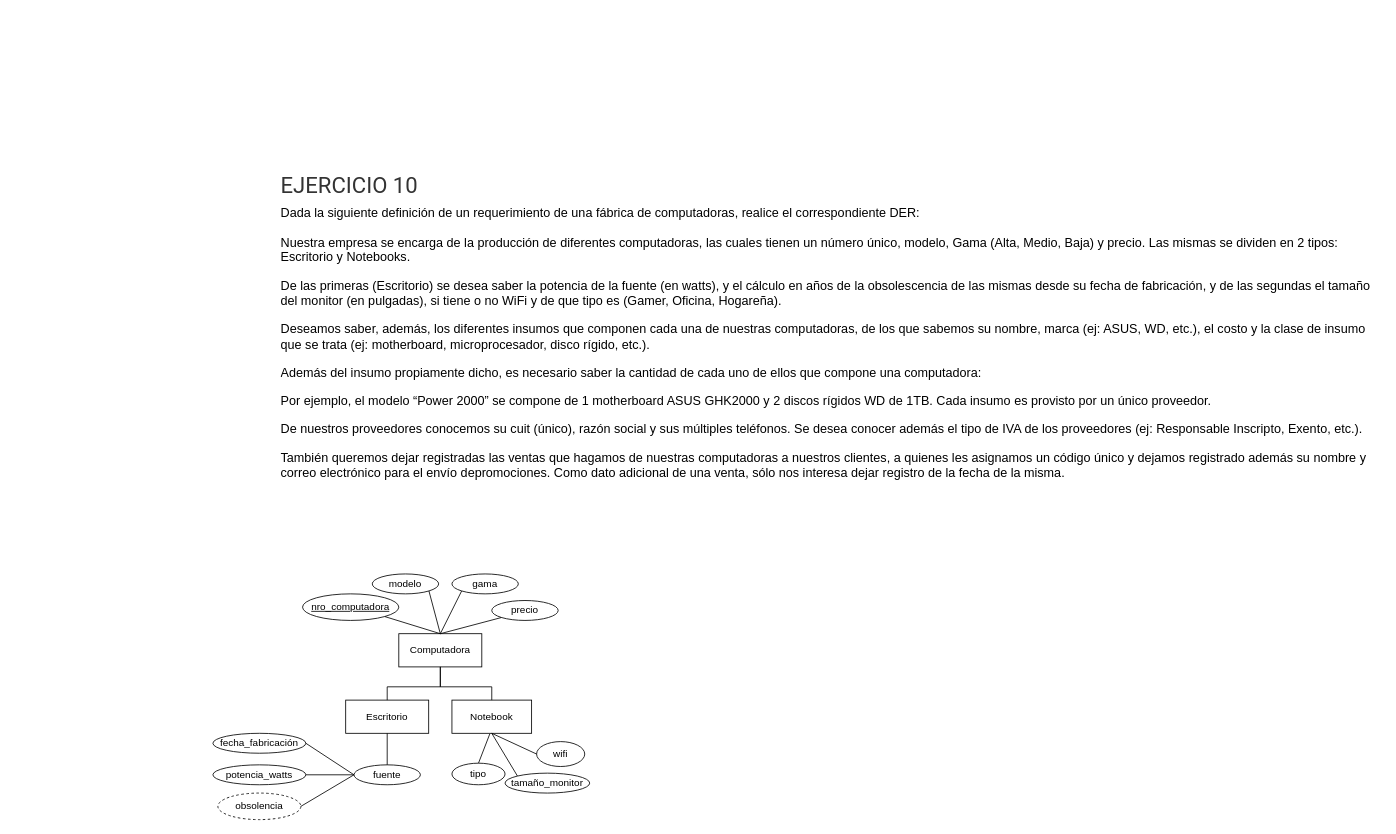
This is Diagramas Relación-Entidad Extendido/ejercicio 10 modelo parcial.drawio from Kevchuuu/Base-de-datos-, a draw.io file, before an edit. Source tidied: cells renumbered, new cells numbered last; positions are measured from the earlier drawing's top-left corner, leaving out a move shared by most shapes. Both pictures are drawn from the tidied source at 83%, with x=0, y=0 at pixel (212, 155).
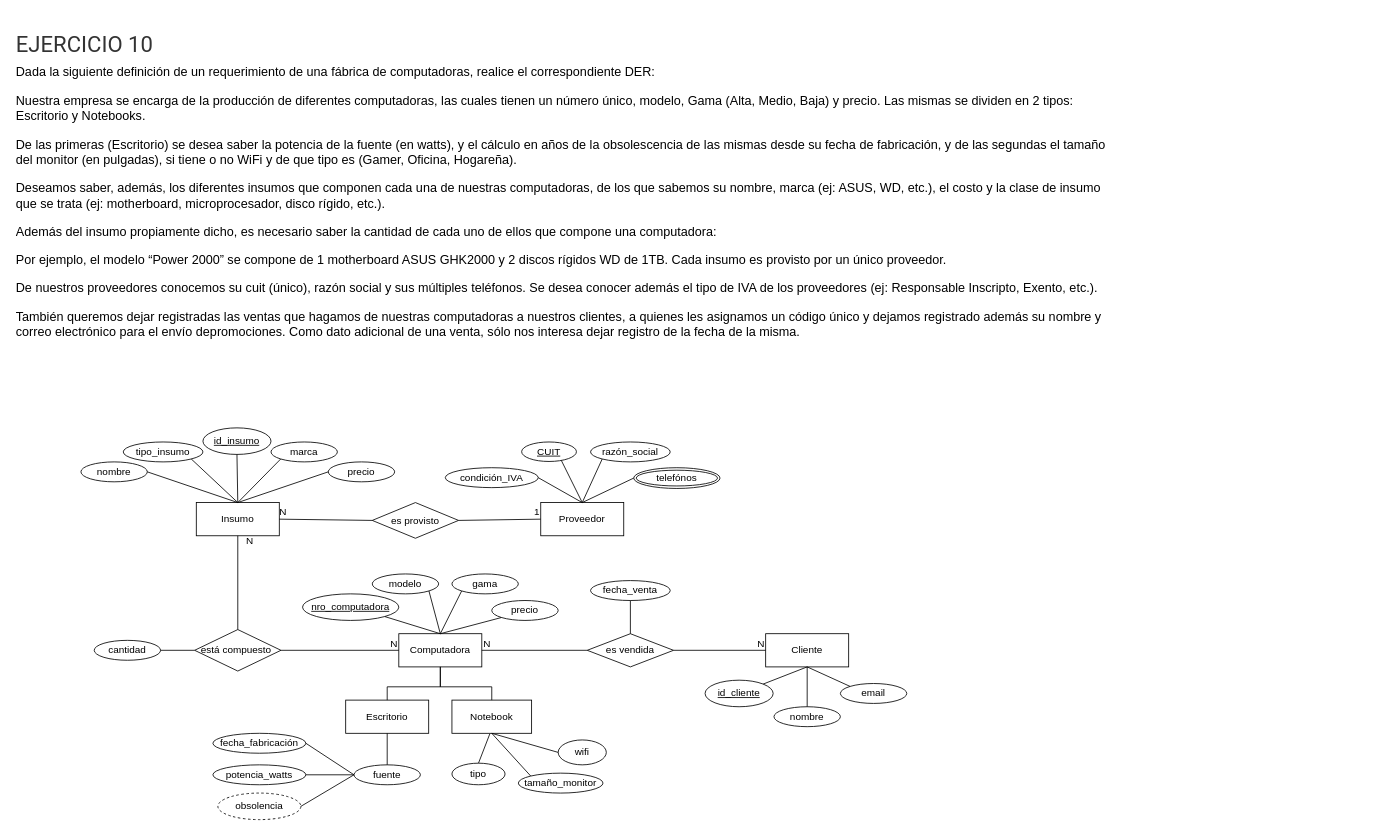
The same diagram, later.

The change refers to these unchanged cells:
```xml
<mxCell id="3" value="Computadora" style="whiteSpace=wrap;html=1;align=center;" parent="1" vertex="1">
  <mxGeometry x="224" y="576" width="100" height="40" as="geometry" />
</mxCell>
```

Change to the diagram source:
```diff
@@
     <mxCell id="2" value="&#10;&lt;h3 style=&quot;box-sizing: border-box; margin: 0px 0px 0.5rem; padding: 0px; font-weight: 400; line-height: 1.2; color: rgb(51, 51, 51); font-size: 1.6625rem; font-family: Roboto; font-style: normal; font-variant-ligatures: normal; font-variant-caps: normal; letter-spacing: normal; orphans: 2; text-align: start; text-indent: 0px; text-transform: none; widows: 2; word-spacing: 0px; -webkit-text-stroke-width: 0px; white-space: normal; background-color: rgb(255, 255, 255); text-decoration-thickness: initial; text-decoration-style: initial; text-decoration-color: initial;&quot;&gt;EJERCICIO 10&amp;nbsp;&lt;/h3&gt;&lt;p style=&quot;box-sizing: border-box; margin: 0px 0px 1rem; padding: 0px; color: rgb(0, 0, 0); font-family: Barlow, Arial, sans-serif; font-size: 15.2px; font-style: normal; font-variant-ligatures: normal; font-variant-caps: normal; font-weight: 400; letter-spacing: normal; orphans: 2; text-align: start; text-indent: 0px; text-transform: none; widows: 2; word-spacing: 0px; -webkit-text-stroke-width: 0px; white-space: normal; background-color: rgb(255, 255, 255); text-decoration-thickness: initial; text-decoration-style: initial; text-decoration-color: initial;&quot;&gt;Dada la siguiente definición de un requerimiento de una fábrica de&amp;nbsp;computadoras, realice el correspondiente DER:&lt;/p&gt;&lt;p style=&quot;box-sizing: border-box; margin: 0px 0px 1rem; padding: 0px; color: rgb(0, 0, 0); font-family: Barlow, Arial, sans-serif; font-size: 15.2px; font-style: normal; font-variant-ligatures: normal; font-variant-caps: normal; font-weight: 400; letter-spacing: normal; orphans: 2; text-align: start; text-indent: 0px; text-transform: none; widows: 2; word-spacing: 0px; -webkit-text-stroke-width: 0px; white-space: normal; background-color: rgb(255, 255, 255); text-decoration-thickness: initial; text-decoration-style: initial; text-decoration-color: initial;&quot;&gt;Nuestra empresa se encarga de la producción de diferentes computadoras, las&amp;nbsp;cuales tienen un número único, modelo, Gama (Alta, Medio, Baja) y precio. Las&amp;nbsp;mismas se dividen en 2 tipos: Escritorio y Notebooks.&lt;/p&gt;&lt;p style=&quot;box-sizing: border-box; margin: 0px 0px 1rem; padding: 0px; color: rgb(0, 0, 0); font-family: Barlow, Arial, sans-serif; font-size: 15.2px; font-style: normal; font-variant-ligatures: normal; font-variant-caps: normal; font-weight: 400; letter-spacing: normal; orphans: 2; text-align: start; text-indent: 0px; text-transform: none; widows: 2; word-spacing: 0px; -webkit-text-stroke-width: 0px; white-space: normal; background-color: rgb(255, 255, 255); text-decoration-thickness: initial; text-decoration-style: initial; text-decoration-color: initial;&quot;&gt;De las primeras (Escritorio) se desea saber la potencia de la fuente (en watts), y el&amp;nbsp;cálculo en años de la obsolescencia de las mismas desde su fecha de fabricación,&amp;nbsp;y de las segundas el tamaño del monitor (en pulgadas), si tiene o no WiFi y de que&amp;nbsp;tipo es (Gamer, Oficina, Hogareña).&lt;/p&gt;&lt;p style=&quot;box-sizing: border-box; margin: 0px 0px 1rem; padding: 0px; color: rgb(0, 0, 0); font-family: Barlow, Arial, sans-serif; font-size: 15.2px; font-style: normal; font-variant-ligatures: normal; font-variant-caps: normal; font-weight: 400; letter-spacing: normal; orphans: 2; text-align: start; text-indent: 0px; text-transform: none; widows: 2; word-spacing: 0px; -webkit-text-stroke-width: 0px; white-space: normal; background-color: rgb(255, 255, 255); text-decoration-thickness: initial; text-decoration-style: initial; text-decoration-color: initial;&quot;&gt;Deseamos saber, además, los diferentes insumos que componen cada una de&amp;nbsp;nuestras computadoras, de los que sabemos su nombre, marca (ej: ASUS, WD, etc.),&amp;nbsp;el costo y la clase de insumo que se trata (ej: motherboard, microprocesador, disco&amp;nbsp;rígido, etc.).&lt;/p&gt;&lt;p style=&quot;box-sizing: border-box; margin: 0px 0px 1rem; padding: 0px; color: rgb(0, 0, 0); font-family: Barlow, Arial, sans-serif; font-size: 15.2px; font-style: normal; font-variant-ligatures: normal; font-variant-caps: normal; font-weight: 400; letter-spacing: normal; orphans: 2; text-align: start; text-indent: 0px; text-transform: none; widows: 2; word-spacing: 0px; -webkit-text-stroke-width: 0px; white-space: normal; background-color: rgb(255, 255, 255); text-decoration-thickness: initial; text-decoration-style: initial; text-decoration-color: initial;&quot;&gt;Además del insumo propiamente dicho, es necesario saber la cantidad de cada&amp;nbsp;uno de ellos que compone una computadora:&lt;/p&gt;&lt;p style=&quot;box-sizing: border-box; margin: 0px 0px 1rem; padding: 0px; color: rgb(0, 0, 0); font-family: Barlow, Arial, sans-serif; font-size: 15.2px; font-style: normal; font-variant-ligatures: normal; font-variant-caps: normal; font-weight: 400; letter-spacing: normal; orphans: 2; text-align: start; text-indent: 0px; text-transform: none; widows: 2; word-spacing: 0px; -webkit-text-stroke-width: 0px; white-space: normal; background-color: rgb(255, 255, 255); text-decoration-thickness: initial; text-decoration-style: initial; text-decoration-color: initial;&quot;&gt;Por ejemplo, el modelo “Power 2000” se compone de 1 motherboard ASUS&amp;nbsp;GHK2000 y 2 discos rígidos WD de 1TB. Cada insumo es provisto por un único&amp;nbsp;proveedor.&lt;/p&gt;&lt;p style=&quot;box-sizing: border-box; margin: 0px 0px 1rem; padding: 0px; color: rgb(0, 0, 0); font-family: Barlow, Arial, sans-serif; font-size: 15.2px; font-style: normal; font-variant-ligatures: normal; font-variant-caps: normal; font-weight: 400; letter-spacing: normal; orphans: 2; text-align: start; text-indent: 0px; text-transform: none; widows: 2; word-spacing: 0px; -webkit-text-stroke-width: 0px; white-space: normal; background-color: rgb(255, 255, 255); text-decoration-thickness: initial; text-decoration-style: initial; text-decoration-color: initial;&quot;&gt;De nuestros proveedores conocemos su cuit (único), razón social y sus múltiples&amp;nbsp;teléfonos. Se desea conocer además el tipo de IVA de los proveedores (ej:&amp;nbsp;Responsable Inscripto, Exento, etc.).&lt;/p&gt;&lt;p style=&quot;box-sizing: border-box; margin: 0px 0px 1rem; padding: 0px; color: rgb(0, 0, 0); font-family: Barlow, Arial, sans-serif; font-size: 15.2px; font-style: normal; font-variant-ligatures: normal; font-variant-caps: normal; font-weight: 400; letter-spacing: normal; orphans: 2; text-align: start; text-indent: 0px; text-transform: none; widows: 2; word-spacing: 0px; -webkit-text-stroke-width: 0px; white-space: normal; background-color: rgb(255, 255, 255); text-decoration-thickness: initial; text-decoration-style: initial; text-decoration-color: initial;&quot;&gt;También queremos dejar registradas las ventas que hagamos de nuestras computadoras a nuestros clientes, a quienes les asignamos un código único y dejamos registrado además su nombre y correo electrónico para el envío depromociones. Como dato adicional de una venta, sólo nos interesa dejar registro de la fecha de la misma.&lt;/p&gt;&#10;&#10;" style="text;html=1;whiteSpace=wrap;overflow=hidden;rounded=0;" parent="1" vertex="1">
-      <mxGeometry x="80" width="1328" height="448" as="geometry" />
+      <mxGeometry x="-239" y="-170" width="1328" height="448" as="geometry" />
     </mxCell>
@@
     <mxCell id="13" value="wifi" style="ellipse;whiteSpace=wrap;html=1;align=center;" parent="1" vertex="1">
-      <mxGeometry x="390" y="706" width="58" height="30" as="geometry" />
+      <mxGeometry x="416" y="704" width="58" height="30" as="geometry" />
     </mxCell>
     <mxCell id="14" value="tamaño_monitor" style="ellipse;whiteSpace=wrap;html=1;align=center;" parent="1" vertex="1">
-      <mxGeometry x="352" y="744" width="102" height="24" as="geometry" />
+      <mxGeometry x="368" y="744" width="102" height="24" as="geometry" />
     </mxCell>
@@
+    <mxCell id="30" style="edgeStyle=orthogonalEdgeStyle;rounded=0;orthogonalLoop=1;jettySize=auto;html=1;exitX=0.5;exitY=1;exitDx=0;exitDy=0;" parent="1" edge="1" source="14" target="14">
+      <mxGeometry relative="1" as="geometry" />
+    </mxCell>
+    <mxCell id="31" value="Insumo" style="whiteSpace=wrap;html=1;align=center;" parent="1" vertex="1">
+      <mxGeometry x="-20" y="418" width="100" height="40" as="geometry" />
+    </mxCell>
+    <mxCell id="32" value="nombre" style="ellipse;whiteSpace=wrap;html=1;align=center;" parent="1" vertex="1">
+      <mxGeometry x="-159" y="369" width="80" height="24" as="geometry" />
+    </mxCell>
+    <mxCell id="33" value="precio" style="ellipse;whiteSpace=wrap;html=1;align=center;" parent="1" vertex="1">
+      <mxGeometry x="139" y="369" width="80" height="24" as="geometry" />
+    </mxCell>
+    <mxCell id="34" value="tipo_insumo" style="ellipse;whiteSpace=wrap;html=1;align=center;" parent="1" vertex="1">
+      <mxGeometry x="-108" y="345" width="96" height="24" as="geometry" />
+    </mxCell>
+    <mxCell id="35" value="marca" style="ellipse;whiteSpace=wrap;html=1;align=center;" parent="1" vertex="1">
+      <mxGeometry x="70" y="345" width="80" height="24" as="geometry" />
+    </mxCell>
+    <mxCell id="36" value="Proveedor" style="whiteSpace=wrap;html=1;align=center;" parent="1" vertex="1">
+      <mxGeometry x="395" y="418" width="100" height="40" as="geometry" />
+    </mxCell>
+    <mxCell id="37" value="id_insumo" style="ellipse;whiteSpace=wrap;html=1;align=center;fontStyle=4;" parent="1" vertex="1">
+      <mxGeometry x="-12" y="328" width="82" height="32" as="geometry" />
+    </mxCell>
+    <mxCell id="38" value="CUIT" style="ellipse;whiteSpace=wrap;html=1;align=center;fontStyle=4;" parent="1" vertex="1">
+      <mxGeometry x="372" y="345" width="66" height="23.5" as="geometry" />
+    </mxCell>
+    <mxCell id="39" value="razón_social" style="ellipse;whiteSpace=wrap;html=1;align=center;" parent="1" vertex="1">
+      <mxGeometry x="455" y="345" width="96" height="24" as="geometry" />
+    </mxCell>
+    <mxCell id="40" value="telefónos" style="ellipse;shape=doubleEllipse;margin=3;whiteSpace=wrap;html=1;align=center;" parent="1" vertex="1">
+      <mxGeometry x="507" y="376" width="104" height="25" as="geometry" />
+    </mxCell>
+    <mxCell id="41" value="condición_IVA" style="ellipse;whiteSpace=wrap;html=1;align=center;" parent="1" vertex="1">
+      <mxGeometry x="280" y="376" width="112" height="24" as="geometry" />
+    </mxCell>
+    <mxCell id="42" value="Cliente" style="whiteSpace=wrap;html=1;align=center;" parent="1" vertex="1">
+      <mxGeometry x="666" y="576" width="100" height="40" as="geometry" />
+    </mxCell>
+    <mxCell id="43" value="id_cliente" style="ellipse;whiteSpace=wrap;html=1;align=center;fontStyle=4;" parent="1" vertex="1">
+      <mxGeometry x="593" y="632" width="82" height="32" as="geometry" />
+    </mxCell>
+    <mxCell id="44" value="nombre" style="ellipse;whiteSpace=wrap;html=1;align=center;" parent="1" vertex="1">
+      <mxGeometry x="676" y="664" width="80" height="24" as="geometry" />
+    </mxCell>
+    <mxCell id="45" value="email" style="ellipse;whiteSpace=wrap;html=1;align=center;" parent="1" vertex="1">
+      <mxGeometry x="756" y="636" width="80" height="24" as="geometry" />
+    </mxCell>
+    <mxCell id="46" value="fecha_venta" style="ellipse;whiteSpace=wrap;html=1;align=center;" parent="1" vertex="1">
+      <mxGeometry x="455" y="512" width="96" height="24" as="geometry" />
+    </mxCell>
+    <mxCell id="47" value="es vendida" style="shape=rhombus;perimeter=rhombusPerimeter;whiteSpace=wrap;html=1;align=center;" parent="1" vertex="1">
+      <mxGeometry x="451" y="576" width="104" height="40" as="geometry" />
+    </mxCell>
+    <mxCell id="48" style="endArrow=none;html=1;rounded=0;exitX=1;exitY=0.5;exitDx=0;exitDy=0;entryX=0;entryY=0.5;entryDx=0;entryDy=0;" parent="1" edge="1" source="47" target="42">
+      <mxGeometry relative="1" as="geometry" />
+    </mxCell>
+    <mxCell id="49" value="N" style="html=1;whiteSpace=wrap;align=right;verticalAlign=bottom;" parent="48" vertex="1">
+      <mxGeometry x="1" relative="1" as="geometry" />
+    </mxCell>
+    <mxCell id="50" style="endArrow=none;html=1;rounded=0;exitX=0;exitY=0.5;exitDx=0;exitDy=0;entryX=1;entryY=0.5;entryDx=0;entryDy=0;" parent="1" edge="1" source="47" target="3">
+      <mxGeometry relative="1" as="geometry" />
+    </mxCell>
+    <mxCell id="51" value="N" style="html=1;whiteSpace=wrap;align=right;verticalAlign=bottom;" parent="50" vertex="1">
+      <mxGeometry x="1" relative="1" as="geometry">
+        <mxPoint x="12" as="offset" />
+      </mxGeometry>
+    </mxCell>
+    <mxCell id="52" style="endArrow=none;html=1;rounded=0;exitX=0.5;exitY=0;exitDx=0;exitDy=0;entryX=0.5;entryY=1;entryDx=0;entryDy=0;" parent="1" edge="1" source="47" target="46">
+      <mxGeometry relative="1" as="geometry" />
+    </mxCell>
+    <mxCell id="53" style="endArrow=none;html=1;rounded=0;exitX=1;exitY=0;exitDx=0;exitDy=0;entryX=0.5;entryY=1;entryDx=0;entryDy=0;" parent="1" edge="1" source="43" target="42">
+      <mxGeometry relative="1" as="geometry" />
+    </mxCell>
+    <mxCell id="54" style="endArrow=none;html=1;rounded=0;exitX=0.5;exitY=0;exitDx=0;exitDy=0;entryX=0.5;entryY=1;entryDx=0;entryDy=0;" parent="1" edge="1" source="44" target="42">
+      <mxGeometry relative="1" as="geometry" />
+    </mxCell>
+    <mxCell id="55" style="endArrow=none;html=1;rounded=0;entryX=0;entryY=0;entryDx=0;entryDy=0;exitX=0.5;exitY=1;exitDx=0;exitDy=0;" parent="1" edge="1" source="42" target="45">
+      <mxGeometry relative="1" as="geometry" />
+    </mxCell>
+    <mxCell id="56" value="está compuesto&amp;nbsp;" style="shape=rhombus;perimeter=rhombusPerimeter;whiteSpace=wrap;html=1;align=center;" parent="1" vertex="1">
+      <mxGeometry x="-22" y="571" width="104" height="50" as="geometry" />
+    </mxCell>
+    <mxCell id="57" style="endArrow=none;html=1;rounded=0;exitX=1;exitY=0.5;exitDx=0;exitDy=0;entryX=0;entryY=0.5;entryDx=0;entryDy=0;" parent="1" edge="1" source="56" target="3">
+      <mxGeometry relative="1" as="geometry" />
+    </mxCell>
+    <mxCell id="58" value="N" style="html=1;whiteSpace=wrap;align=right;verticalAlign=bottom;" parent="57" vertex="1">
+      <mxGeometry x="1" relative="1" as="geometry" />
+    </mxCell>
+    <mxCell id="59" style="endArrow=none;html=1;rounded=0;exitX=0.5;exitY=0;exitDx=0;exitDy=0;entryX=0.5;entryY=1;entryDx=0;entryDy=0;" parent="1" edge="1" source="56" target="31">
+      <mxGeometry relative="1" as="geometry" />
+    </mxCell>
+    <mxCell id="60" value="N" style="html=1;whiteSpace=wrap;align=right;verticalAlign=bottom;" parent="59" vertex="1">
+      <mxGeometry x="1" relative="1" as="geometry">
+        <mxPoint x="20" y="15" as="offset" />
+      </mxGeometry>
+    </mxCell>
+    <mxCell id="61" style="endArrow=none;html=1;rounded=0;exitX=0.5;exitY=0;exitDx=0;exitDy=0;entryX=1;entryY=0.5;entryDx=0;entryDy=0;" parent="1" edge="1" source="31" target="32">
+      <mxGeometry relative="1" as="geometry" />
+    </mxCell>
+    <mxCell id="62" style="endArrow=none;html=1;rounded=0;exitX=0.5;exitY=0;exitDx=0;exitDy=0;entryX=1;entryY=1;entryDx=0;entryDy=0;" parent="1" edge="1" source="31" target="34">
+      <mxGeometry relative="1" as="geometry" />
+    </mxCell>
+    <mxCell id="63" style="endArrow=none;html=1;rounded=0;exitX=0.5;exitY=0;exitDx=0;exitDy=0;entryX=0.5;entryY=1;entryDx=0;entryDy=0;" parent="1" edge="1" source="31" target="37">
+      <mxGeometry relative="1" as="geometry" />
+    </mxCell>
+    <mxCell id="64" style="endArrow=none;html=1;rounded=0;exitX=0.5;exitY=0;exitDx=0;exitDy=0;entryX=0;entryY=1;entryDx=0;entryDy=0;" parent="1" edge="1" source="31" target="35">
+      <mxGeometry relative="1" as="geometry" />
+    </mxCell>
+    <mxCell id="65" style="endArrow=none;html=1;rounded=0;exitX=0.5;exitY=0;exitDx=0;exitDy=0;entryX=0;entryY=0.5;entryDx=0;entryDy=0;" parent="1" edge="1" source="31" target="33">
+      <mxGeometry relative="1" as="geometry" />
+    </mxCell>
+    <mxCell id="66" style="endArrow=none;html=1;rounded=0;exitX=0.5;exitY=0;exitDx=0;exitDy=0;entryX=1;entryY=0.5;entryDx=0;entryDy=0;" parent="1" edge="1" source="36" target="41">
+      <mxGeometry relative="1" as="geometry" />
+    </mxCell>
+    <mxCell id="67" style="endArrow=none;html=1;rounded=0;exitX=0.5;exitY=0;exitDx=0;exitDy=0;entryX=0.724;entryY=0.943;entryDx=0;entryDy=0;entryPerimeter=0;" parent="1" edge="1" source="36" target="38">
+      <mxGeometry relative="1" as="geometry" />
+    </mxCell>
+    <mxCell id="68" style="endArrow=none;html=1;rounded=0;exitX=0.5;exitY=0;exitDx=0;exitDy=0;entryX=0;entryY=1;entryDx=0;entryDy=0;" parent="1" edge="1" source="36" target="39">
+      <mxGeometry relative="1" as="geometry" />
+    </mxCell>
+    <mxCell id="69" style="endArrow=none;html=1;rounded=0;exitX=0.5;exitY=0;exitDx=0;exitDy=0;entryX=0;entryY=0.5;entryDx=0;entryDy=0;" parent="1" edge="1" source="36" target="40">
+      <mxGeometry relative="1" as="geometry" />
+    </mxCell>
+    <mxCell id="70" value="es provisto" style="shape=rhombus;perimeter=rhombusPerimeter;whiteSpace=wrap;html=1;align=center;" parent="1" vertex="1">
+      <mxGeometry x="192" y="418" width="104" height="43" as="geometry" />
+    </mxCell>
+    <mxCell id="71" style="endArrow=none;html=1;rounded=0;exitX=1;exitY=0.5;exitDx=0;exitDy=0;entryX=0;entryY=0.5;entryDx=0;entryDy=0;" parent="1" edge="1" source="70" target="36">
+      <mxGeometry relative="1" as="geometry" />
+    </mxCell>
+    <mxCell id="72" value="1" style="html=1;whiteSpace=wrap;align=right;verticalAlign=bottom;" parent="71" vertex="1">
+      <mxGeometry x="1" relative="1" as="geometry" />
+    </mxCell>
+    <mxCell id="73" style="endArrow=none;html=1;rounded=0;exitX=0;exitY=0.5;exitDx=0;exitDy=0;entryX=1;entryY=0.5;entryDx=0;entryDy=0;" parent="1" edge="1" source="70" target="31">
+      <mxGeometry relative="1" as="geometry" />
+    </mxCell>
+    <mxCell id="74" value="N" style="html=1;whiteSpace=wrap;align=right;verticalAlign=bottom;" parent="73" vertex="1">
+      <mxGeometry x="1" relative="1" as="geometry">
+        <mxPoint x="10" as="offset" />
+      </mxGeometry>
+    </mxCell>
+    <mxCell id="75" value="cantidad" style="ellipse;whiteSpace=wrap;html=1;align=center;" parent="1" vertex="1">
+      <mxGeometry x="-143" y="584" width="80" height="24" as="geometry" />
+    </mxCell>
+    <mxCell id="76" style="endArrow=none;html=1;rounded=0;exitX=1;exitY=0.5;exitDx=0;exitDy=0;entryX=0;entryY=0.5;entryDx=0;entryDy=0;" parent="1" edge="1" source="75" target="56">
+      <mxGeometry relative="1" as="geometry" />
+    </mxCell>
```
